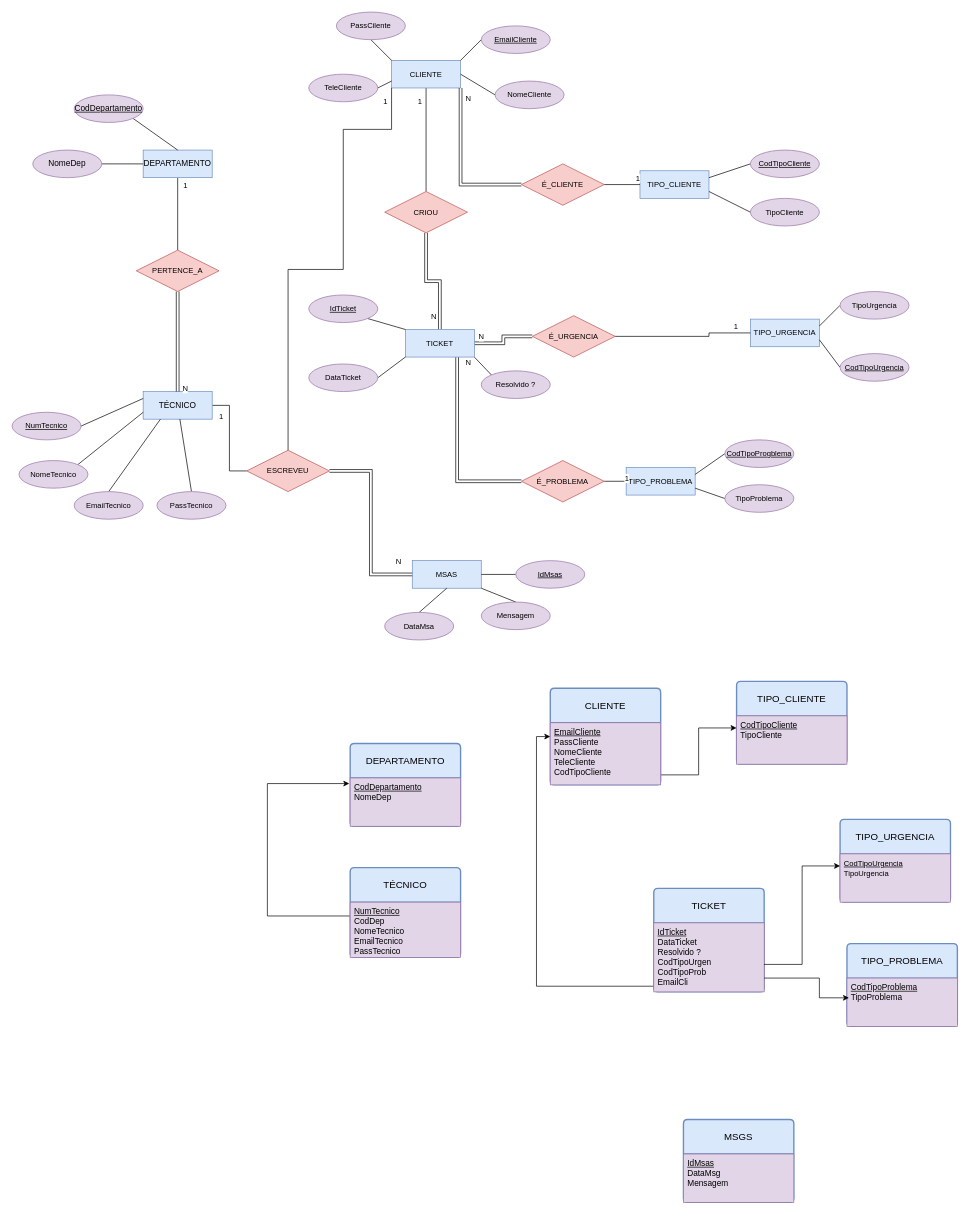
Above: Sistema_Ticket.drawio in MarceloPalamaryuk/Analise-de-Sistemas (draw.io), before the change. Source tidied: cells renumbered, new cells numbered last; positions are measured from the earlier drawing's top-left corner, leaving out a move shared by most shapes. Both pictures are drawn from the tidied source at 69%, with x=0, y=0 at pixel (12, 12).
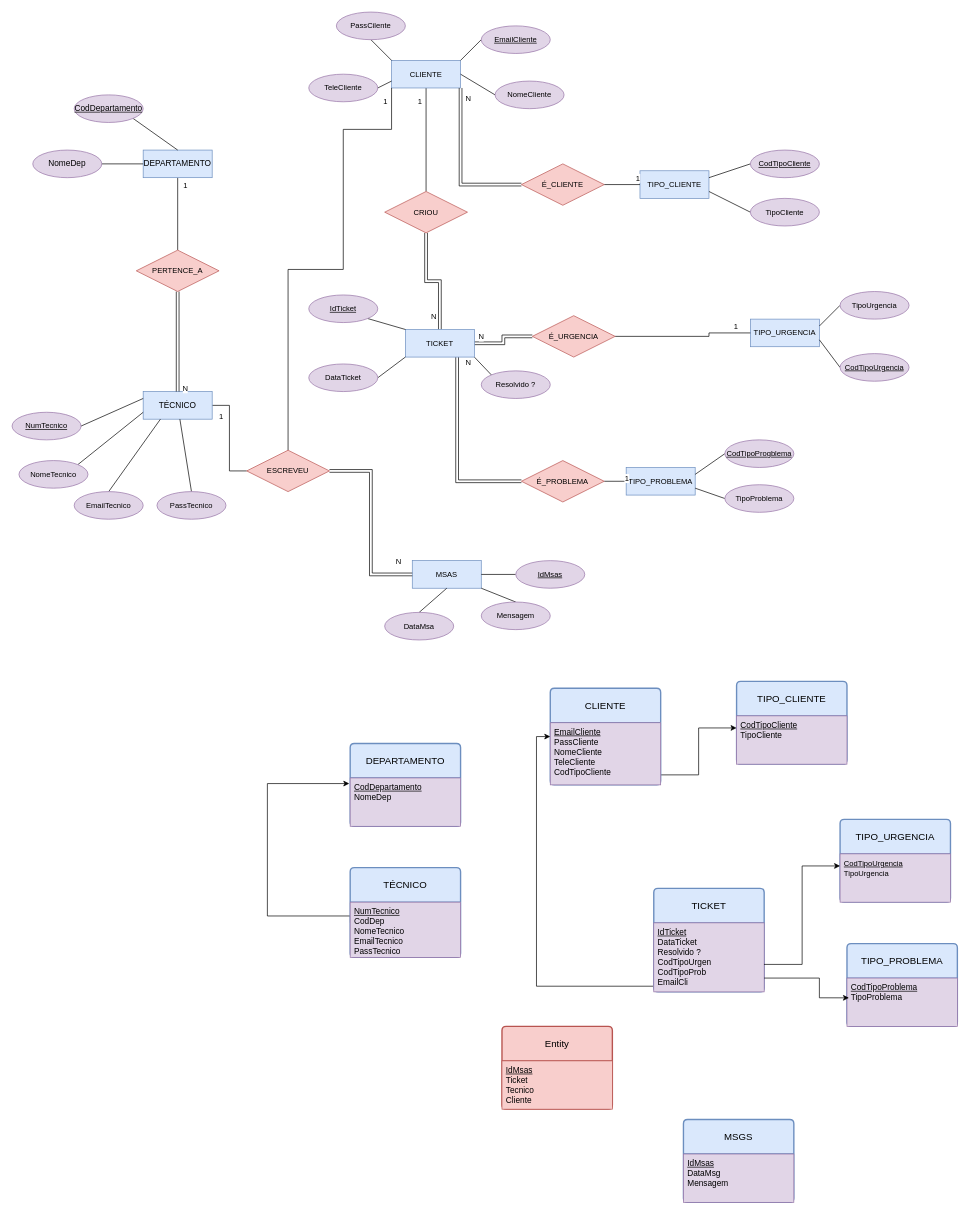
Above is the later version.

The edit, as a diff of the source:
```diff
@@
+    <mxCell id="107" value="Entity" style="swimlane;horizontal=1;startSize=50;rounded=1;fontSize=14;fontStyle=0;strokeWidth=2;shadow=0;dashed=0;align=center;arcSize=4;whiteSpace=wrap;html=1;fillColor=#f8cecc;strokeColor=#b85450;" parent="1" vertex="1">
+      <mxGeometry x="710" y="1470" width="160" height="120" as="geometry" />
+    </mxCell>
+    <mxCell id="108" value="&lt;u&gt;IdMsas&lt;/u&gt;&lt;div&gt;Ticket&lt;/div&gt;&lt;div&gt;Tecnico&lt;/div&gt;&lt;div&gt;Cliente&lt;/div&gt;" style="align=left;strokeColor=#b85450;fillColor=#f8cecc;spacingLeft=4;spacingRight=4;fontSize=12;verticalAlign=top;html=1;whiteSpace=wrap;" parent="107" vertex="1">
+      <mxGeometry y="50" width="160" height="70" as="geometry" />
+    </mxCell>
```
